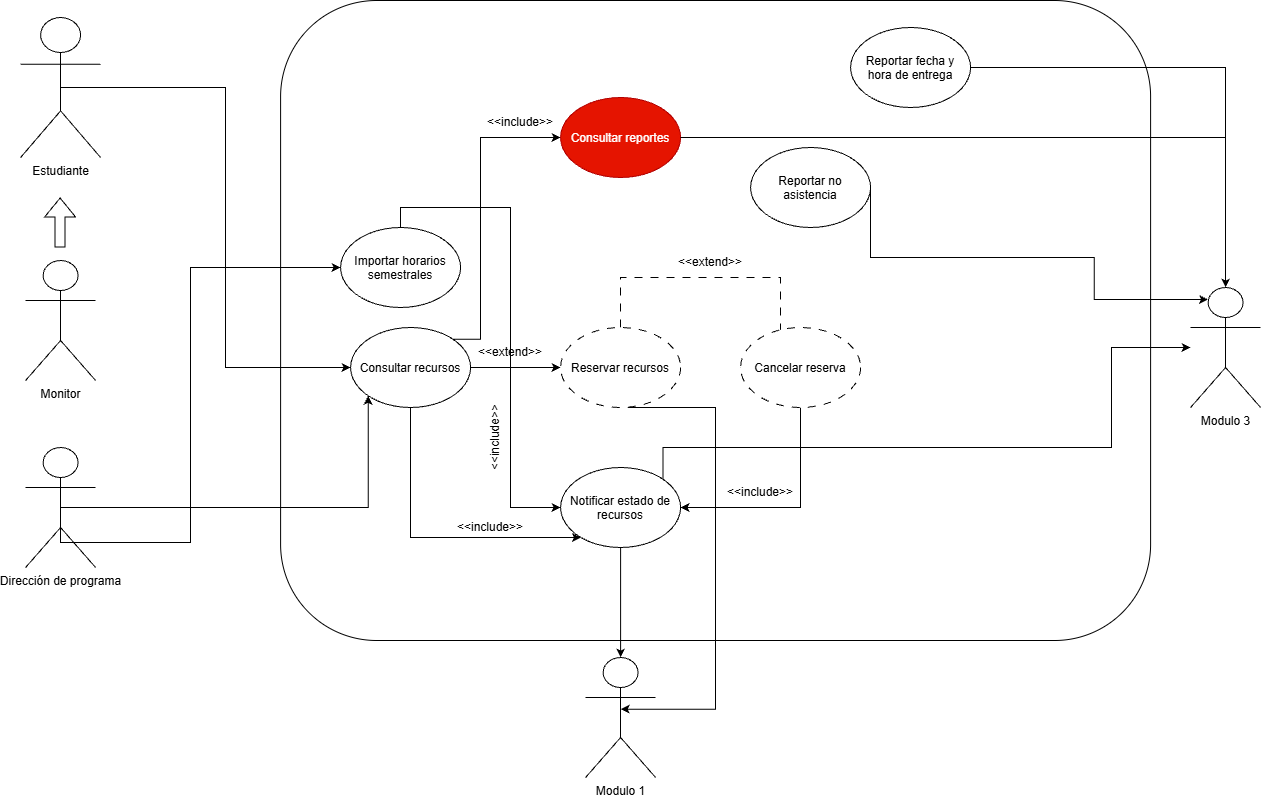
Earlier version of the draw.io export docs/unimag.png (codigotpx/ReservasUnimag). Source tidied: cells renumbered, new cells last; positions are measured from the earlier drawing's top-left corner, leaving out a move shared by most shapes. Source of this version:
```xml
<mxGraphModel>
  <root>
    <mxCell id="0" />
    <mxCell id="1" parent="0" />
    <mxCell id="2" style="rounded=1;whiteSpace=wrap;html=1;" parent="1" vertex="1">
      <mxGeometry x="260" width="870" height="640" as="geometry" />
    </mxCell>
    <mxCell id="3" style="edgeStyle=orthogonalEdgeStyle;rounded=0;jettySize=auto;html=1;exitX=0.5;exitY=0.5;exitDx=0;exitDy=0;exitPerimeter=0;entryX=0;entryY=0.5;entryDx=0;entryDy=0;" parent="1" edge="1" source="4" target="10">
      <mxGeometry relative="1" as="geometry" />
    </mxCell>
    <mxCell id="4" value="Estudiante" style="shape=umlActor;verticalLabelPosition=bottom;verticalAlign=top;html=1;outlineConnect=0;" parent="1" vertex="1">
      <mxGeometry y="17" width="80" height="140" as="geometry" />
    </mxCell>
    <mxCell id="5" style="edgeStyle=orthogonalEdgeStyle;rounded=0;jettySize=auto;html=1;exitX=0.5;exitY=0;exitDx=0;exitDy=0;entryX=0;entryY=0.5;entryDx=0;entryDy=0;" parent="1" edge="1" source="6" target="23">
      <mxGeometry relative="1" as="geometry" />
    </mxCell>
    <mxCell id="6" value="Importar horarios semestrales&lt;div&gt;&lt;br&gt;&lt;/div&gt;" style="ellipse;whiteSpace=wrap;html=1;shapeInside=1;" parent="1" vertex="1">
      <mxGeometry x="320" y="227" width="120" height="80" as="geometry" />
    </mxCell>
    <mxCell id="7" style="edgeStyle=orthogonalEdgeStyle;rounded=0;jettySize=auto;html=1;exitX=1;exitY=0.5;exitDx=0;exitDy=0;entryX=0;entryY=0.5;entryDx=0;entryDy=0;" parent="1" edge="1" source="10">
      <mxGeometry relative="1" as="geometry">
        <mxPoint x="540" y="367" as="targetPoint" />
      </mxGeometry>
    </mxCell>
    <mxCell id="8" style="edgeStyle=orthogonalEdgeStyle;rounded=0;jettySize=auto;html=1;exitX=1;exitY=0;exitDx=0;exitDy=0;entryX=0;entryY=0.5;entryDx=0;entryDy=0;" parent="1" edge="1" source="10" target="29">
      <mxGeometry relative="1" as="geometry">
        <Array as="points">
          <mxPoint x="460" y="338.7" />
          <mxPoint x="460" y="137" />
        </Array>
      </mxGeometry>
    </mxCell>
    <mxCell id="9" style="edgeStyle=orthogonalEdgeStyle;rounded=0;jettySize=auto;html=1;exitX=0.5;exitY=1;exitDx=0;exitDy=0;" parent="1" edge="1" source="10" target="23">
      <mxGeometry relative="1" as="geometry">
        <Array as="points">
          <mxPoint x="390" y="537" />
        </Array>
      </mxGeometry>
    </mxCell>
    <mxCell id="10" value="Consultar recursos" style="ellipse;whiteSpace=wrap;html=1;shapeInside=1;" parent="1" vertex="1">
      <mxGeometry x="330" y="327" width="120" height="80" as="geometry" />
    </mxCell>
    <mxCell id="11" value="Monitor" style="shape=umlActor;verticalLabelPosition=bottom;verticalAlign=top;html=1;" parent="1" vertex="1">
      <mxGeometry x="5" y="260" width="70" height="120" as="geometry" />
    </mxCell>
    <mxCell id="12" style="edgeStyle=orthogonalEdgeStyle;rounded=0;jettySize=auto;html=1;exitX=0.5;exitY=0.5;exitDx=0;exitDy=0;exitPerimeter=0;entryX=0;entryY=0.5;entryDx=0;entryDy=0;" parent="1" edge="1" source="14" target="6">
      <mxGeometry relative="1" as="geometry">
        <Array as="points">
          <mxPoint x="40" y="542" />
          <mxPoint x="170" y="542" />
          <mxPoint x="170" y="267" />
        </Array>
      </mxGeometry>
    </mxCell>
    <mxCell id="13" style="edgeStyle=orthogonalEdgeStyle;rounded=0;jettySize=auto;html=1;exitX=0.5;exitY=0.5;exitDx=0;exitDy=0;exitPerimeter=0;entryX=0;entryY=1;entryDx=0;entryDy=0;" parent="1" edge="1" source="14" target="10">
      <mxGeometry relative="1" as="geometry" />
    </mxCell>
    <mxCell id="14" value="Dirección de programa" style="shape=umlActor;verticalLabelPosition=bottom;verticalAlign=top;html=1;outlineConnect=0;" parent="1" vertex="1">
      <mxGeometry x="5" y="447" width="70" height="120" as="geometry" />
    </mxCell>
    <mxCell id="15" style="shape=flexArrow;endArrow=classic;html=1;rounded=0;" parent="1" edge="1">
      <mxGeometry relative="1" as="geometry">
        <mxPoint x="39.5" y="247" as="sourcePoint" />
        <mxPoint x="39.5" y="197" as="targetPoint" />
      </mxGeometry>
    </mxCell>
    <mxCell id="16" style="edgeStyle=orthogonalEdgeStyle;rounded=0;jettySize=auto;html=1;exitX=0.5;exitY=0;exitDx=0;exitDy=0;entryX=0;entryY=0.5;entryDx=0;entryDy=0;dashed=1;endArrow=classic;endFill=1;dashPattern=8 8;" parent="1" edge="1" target="19">
      <mxGeometry relative="1" as="geometry">
        <mxPoint x="600" y="327" as="sourcePoint" />
        <Array as="points">
          <mxPoint x="600" y="277" />
          <mxPoint x="760" y="277" />
          <mxPoint x="760" y="367" />
        </Array>
      </mxGeometry>
    </mxCell>
    <mxCell id="17" value="&amp;lt;&amp;lt;extend&amp;gt;&amp;gt;" style="text;html=1;whiteSpace=wrap;strokeColor=none;fillColor=none;align=center;verticalAlign=middle;rounded=0;" parent="1" vertex="1">
      <mxGeometry x="460" y="337" width="60" height="30" as="geometry" />
    </mxCell>
    <mxCell id="18" style="edgeStyle=orthogonalEdgeStyle;rounded=0;jettySize=auto;html=1;exitX=0.5;exitY=1;exitDx=0;exitDy=0;entryX=1;entryY=0.5;entryDx=0;entryDy=0;" parent="1" edge="1" source="19" target="23">
      <mxGeometry relative="1" as="geometry" />
    </mxCell>
    <mxCell id="19" value="Cancelar reserva" style="ellipse;whiteSpace=wrap;html=1;shapeInside=1;dashed=1;dashPattern=8 8;" parent="1" vertex="1">
      <mxGeometry x="720" y="327" width="120" height="80" as="geometry" />
    </mxCell>
    <mxCell id="20" value="&amp;lt;&amp;lt;extend&amp;gt;&amp;gt;" style="text;html=1;whiteSpace=wrap;strokeColor=none;fillColor=none;align=center;verticalAlign=middle;rounded=0;" parent="1" vertex="1">
      <mxGeometry x="660" y="247" width="60" height="30" as="geometry" />
    </mxCell>
    <mxCell id="21" style="edgeStyle=orthogonalEdgeStyle;rounded=0;jettySize=auto;html=1;" parent="1" edge="1" source="23" target="24">
      <mxGeometry relative="1" as="geometry" />
    </mxCell>
    <mxCell id="22" style="edgeStyle=orthogonalEdgeStyle;rounded=0;jettySize=auto;html=1;exitX=1;exitY=0;exitDx=0;exitDy=0;" parent="1" edge="1" source="23" target="28">
      <mxGeometry relative="1" as="geometry">
        <Array as="points">
          <mxPoint x="642.4" y="447" />
          <mxPoint x="1091" y="447" />
        </Array>
      </mxGeometry>
    </mxCell>
    <mxCell id="23" value="&lt;span style=&quot;color: light-dark(rgb(0, 0, 0), rgb(0, 0, 0));&quot;&gt;Notificar estado de recursos&lt;/span&gt;" style="ellipse;whiteSpace=wrap;html=1;shapeInside=1;fillColor=light-dark(#FFFFFF,#FF9281);" parent="1" vertex="1">
      <mxGeometry x="540" y="467" width="120" height="80" as="geometry" />
    </mxCell>
    <mxCell id="24" value="Modulo 1" style="shape=umlActor;verticalLabelPosition=bottom;verticalAlign=top;html=1;outlineConnect=0;" parent="1" vertex="1">
      <mxGeometry x="565" y="657" width="70" height="120" as="geometry" />
    </mxCell>
    <mxCell id="25" value="&amp;lt;&amp;lt;include&amp;gt;&amp;gt;" style="text;html=1;whiteSpace=wrap;strokeColor=none;fillColor=none;align=center;verticalAlign=middle;rounded=0;" parent="1" vertex="1">
      <mxGeometry x="710" y="477" width="60" height="30" as="geometry" />
    </mxCell>
    <mxCell id="26" value="&amp;lt;&amp;lt;include&amp;gt;&amp;gt;" style="text;html=1;whiteSpace=wrap;strokeColor=none;fillColor=none;align=center;verticalAlign=middle;rounded=0;rotation=-90;" parent="1" vertex="1">
      <mxGeometry x="445" y="422" width="60" height="30" as="geometry" />
    </mxCell>
    <mxCell id="27" style="edgeStyle=orthogonalEdgeStyle;rounded=0;orthogonalLoop=1;jettySize=auto;html=1;exitX=1;exitY=1;exitDx=0;exitDy=0;entryX=1;entryY=0.3333333333333333;entryDx=0;entryDy=0;entryPerimeter=0;" parent="1" edge="1">
      <mxGeometry relative="1" as="geometry">
        <mxPoint x="607.4" y="407" as="sourcePoint" />
        <mxPoint x="600" y="708.7" as="targetPoint" />
        <Array as="points">
          <mxPoint x="695" y="407" />
          <mxPoint x="695" y="708.7" />
        </Array>
      </mxGeometry>
    </mxCell>
    <mxCell id="28" value="Modulo 3&lt;div&gt;&lt;br&gt;&lt;/div&gt;" style="shape=umlActor;verticalLabelPosition=bottom;verticalAlign=top;html=1;outlineConnect=0;" parent="1" vertex="1">
      <mxGeometry x="1170" y="287" width="70" height="120" as="geometry" />
    </mxCell>
    <mxCell id="29" value="Consultar reportes" style="ellipse;whiteSpace=wrap;html=1;shapeInside=1;fillColor=#e51400;fontColor=#ffffff;strokeColor=#B20000;" parent="1" vertex="1">
      <mxGeometry x="540" y="97" width="120" height="80" as="geometry" />
    </mxCell>
    <mxCell id="30" value="&amp;lt;&amp;lt;include&amp;gt;&amp;gt;" style="text;html=1;whiteSpace=wrap;strokeColor=none;fillColor=none;align=center;verticalAlign=middle;rounded=0;" parent="1" vertex="1">
      <mxGeometry x="470" y="107" width="60" height="30" as="geometry" />
    </mxCell>
    <mxCell id="31" style="edgeStyle=orthogonalEdgeStyle;rounded=0;jettySize=auto;html=1;exitX=1;exitY=0.5;exitDx=0;exitDy=0;entryX=0.5;entryY=0;entryDx=0;entryDy=0;entryPerimeter=0;" parent="1" edge="1" source="29" target="28">
      <mxGeometry relative="1" as="geometry" />
    </mxCell>
    <mxCell id="32" value="&amp;lt;&amp;lt;include&amp;gt;&amp;gt;" style="text;html=1;whiteSpace=wrap;strokeColor=none;fillColor=none;align=center;verticalAlign=middle;rounded=0;" parent="1" vertex="1">
      <mxGeometry x="440" y="512" width="60" height="30" as="geometry" />
    </mxCell>
    <mxCell id="33" value="Reservar recursos" style="ellipse;whiteSpace=wrap;html=1;shapeInside=1;dashed=1;dashPattern=8 8;" parent="1" vertex="1">
      <mxGeometry x="540" y="327" width="120" height="80" as="geometry" />
    </mxCell>
    <mxCell id="34" value="Reportar no asistencia" style="ellipse;whiteSpace=wrap;html=1;shapeInside=1;" parent="1" vertex="1">
      <mxGeometry x="730" y="147" width="120" height="80" as="geometry" />
    </mxCell>
    <mxCell id="35" style="edgeStyle=orthogonalEdgeStyle;rounded=0;jettySize=auto;html=1;exitX=1;exitY=0.5;exitDx=0;exitDy=0;entryX=0.25;entryY=0.1;entryDx=0;entryDy=0;entryPerimeter=0;" parent="1" edge="1" source="34" target="28">
      <mxGeometry relative="1" as="geometry">
        <Array as="points">
          <mxPoint x="850" y="257" />
          <mxPoint x="1073.5" y="257" />
        </Array>
      </mxGeometry>
    </mxCell>
    <mxCell id="36" value="Reportar fecha y hora de entrega" style="ellipse;whiteSpace=wrap;html=1;shapeInside=1;" parent="1" vertex="1">
      <mxGeometry x="830" y="27" width="120" height="80" as="geometry" />
    </mxCell>
    <mxCell id="37" style="edgeStyle=orthogonalEdgeStyle;rounded=0;jettySize=auto;html=1;exitX=1;exitY=0.5;exitDx=0;exitDy=0;" parent="1" edge="1" source="36" target="28">
      <mxGeometry relative="1" as="geometry" />
    </mxCell>
  </root>
</mxGraphModel>
```
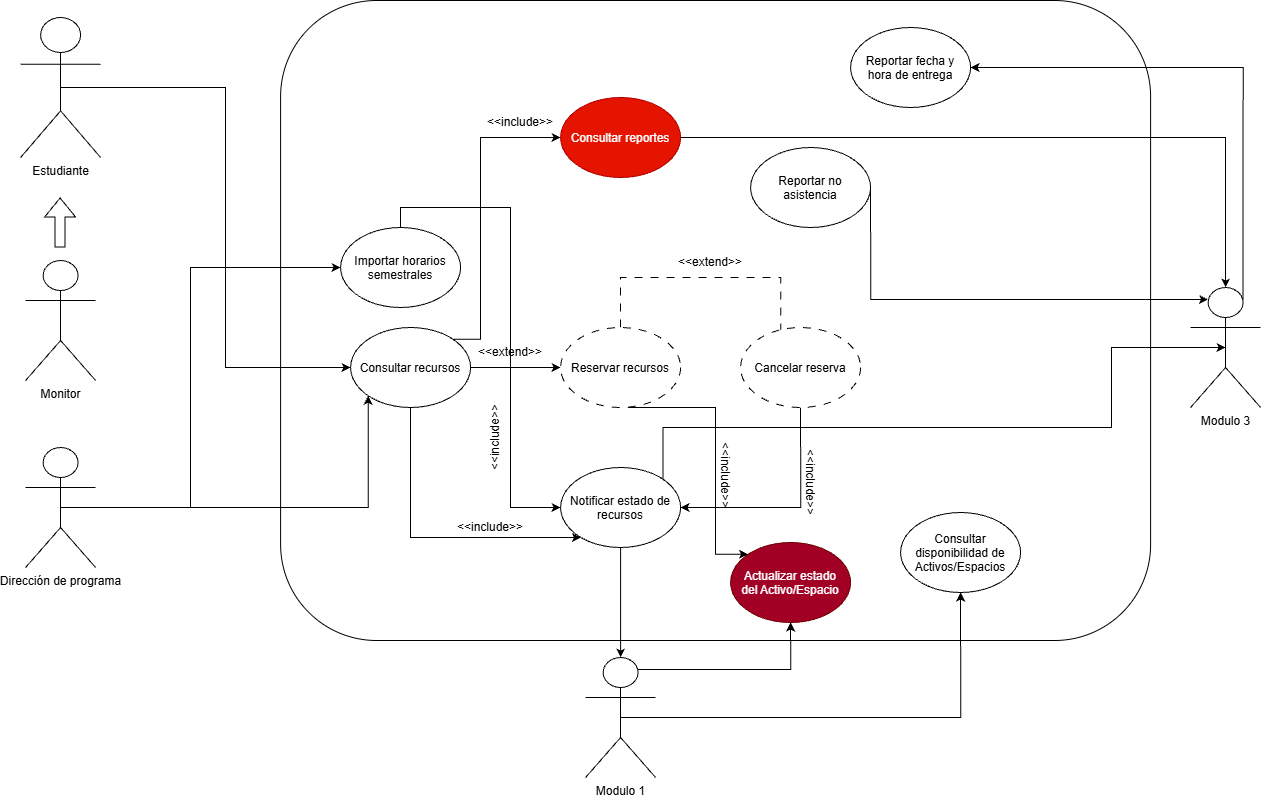
The same diagram one commit later.

Commit message:
Update Use Case diagram

The edit, as a diff of the source:
```diff
@@ -46,9 +46,8 @@
     <mxCell id="12" style="edgeStyle=orthogonalEdgeStyle;rounded=0;jettySize=auto;html=1;exitX=0.5;exitY=0.5;exitDx=0;exitDy=0;exitPerimeter=0;entryX=0;entryY=0.5;entryDx=0;entryDy=0;" parent="1" edge="1" source="14" target="6">
       <mxGeometry relative="1" as="geometry">
         <Array as="points">
-          <mxPoint x="40" y="542" />
-          <mxPoint x="170" y="542" />
-          <mxPoint x="170" y="267" />
+          <mxPoint x="169.9" y="507" />
+          <mxPoint x="169.9" y="267" />
         </Array>
       </mxGeometry>
     </mxCell>
@@ -89,36 +88,49 @@
     <mxCell id="21" style="edgeStyle=orthogonalEdgeStyle;rounded=0;jettySize=auto;html=1;" parent="1" edge="1" source="23" target="24">
       <mxGeometry relative="1" as="geometry" />
     </mxCell>
-    <mxCell id="22" style="edgeStyle=orthogonalEdgeStyle;rounded=0;jettySize=auto;html=1;exitX=1;exitY=0;exitDx=0;exitDy=0;" parent="1" edge="1" source="23" target="28">
+    <mxCell id="22" style="edgeStyle=orthogonalEdgeStyle;rounded=0;jettySize=auto;html=1;exitX=1;exitY=0;exitDx=0;exitDy=0;entryX=0.5;entryY=0.5;entryDx=0;entryDy=0;entryPerimeter=0;" parent="1" edge="1" source="23" target="28">
       <mxGeometry relative="1" as="geometry">
         <Array as="points">
-          <mxPoint x="642.4" y="447" />
-          <mxPoint x="1091" y="447" />
+          <mxPoint x="642.4" y="427" />
+          <mxPoint x="1091" y="427" />
+          <mxPoint x="1091" y="347" />
         </Array>
       </mxGeometry>
     </mxCell>
     <mxCell id="23" value="&lt;span style=&quot;color: light-dark(rgb(0, 0, 0), rgb(0, 0, 0));&quot;&gt;Notificar estado de recursos&lt;/span&gt;" style="ellipse;whiteSpace=wrap;html=1;shapeInside=1;fillColor=light-dark(#FFFFFF,#FF9281);" parent="1" vertex="1">
       <mxGeometry x="540" y="467" width="120" height="80" as="geometry" />
     </mxCell>
+    <mxCell id="38" style="edgeStyle=orthogonalEdgeStyle;rounded=0;jettySize=auto;html=1;exitX=0.75;exitY=0.1;exitDx=0;exitDy=0;exitPerimeter=0;entryX=0.5;entryY=1;entryDx=0;entryDy=0;" parent="1" edge="1" source="24" target="42">
+      <mxGeometry relative="1" as="geometry" />
+    </mxCell>
+    <mxCell id="39" style="edgeStyle=orthogonalEdgeStyle;rounded=0;jettySize=auto;html=1;exitX=0.5;exitY=0.5;exitDx=0;exitDy=0;exitPerimeter=0;entryX=0.5;entryY=1;entryDx=0;entryDy=0;" parent="1" edge="1" source="24" target="41">
+      <mxGeometry relative="1" as="geometry" />
+    </mxCell>
     <mxCell id="24" value="Modulo 1" style="shape=umlActor;verticalLabelPosition=bottom;verticalAlign=top;html=1;outlineConnect=0;" parent="1" vertex="1">
       <mxGeometry x="565" y="657" width="70" height="120" as="geometry" />
     </mxCell>
-    <mxCell id="25" value="&amp;lt;&amp;lt;include&amp;gt;&amp;gt;" style="text;html=1;whiteSpace=wrap;strokeColor=none;fillColor=none;align=center;verticalAlign=middle;rounded=0;" parent="1" vertex="1">
-      <mxGeometry x="710" y="477" width="60" height="30" as="geometry" />
+    <mxCell id="25" value="&amp;lt;&amp;lt;include&amp;gt;&amp;gt;" style="text;html=1;whiteSpace=wrap;strokeColor=none;fillColor=none;align=center;verticalAlign=middle;rounded=0;rotation=90;" parent="1" vertex="1">
+      <mxGeometry x="760" y="467" width="60" height="30" as="geometry" />
     </mxCell>
     <mxCell id="26" value="&amp;lt;&amp;lt;include&amp;gt;&amp;gt;" style="text;html=1;whiteSpace=wrap;strokeColor=none;fillColor=none;align=center;verticalAlign=middle;rounded=0;rotation=-90;" parent="1" vertex="1">
       <mxGeometry x="445" y="422" width="60" height="30" as="geometry" />
     </mxCell>
-    <mxCell id="27" style="edgeStyle=orthogonalEdgeStyle;rounded=0;orthogonalLoop=1;jettySize=auto;html=1;exitX=1;exitY=1;exitDx=0;exitDy=0;entryX=1;entryY=0.3333333333333333;entryDx=0;entryDy=0;entryPerimeter=0;" parent="1" edge="1">
+    <mxCell id="27" style="edgeStyle=orthogonalEdgeStyle;rounded=0;jettySize=auto;html=1;exitX=1;exitY=1;exitDx=0;exitDy=0;entryX=0;entryY=0;entryDx=0;entryDy=0;" parent="1" edge="1" target="42">
       <mxGeometry relative="1" as="geometry">
         <mxPoint x="607.4" y="407" as="sourcePoint" />
-        <mxPoint x="600" y="708.7" as="targetPoint" />
         <Array as="points">
           <mxPoint x="695" y="407" />
-          <mxPoint x="695" y="708.7" />
+          <mxPoint x="695" y="553.7" />
         </Array>
       </mxGeometry>
     </mxCell>
+    <mxCell id="40" style="edgeStyle=orthogonalEdgeStyle;rounded=0;jettySize=auto;html=1;exitX=0.75;exitY=0.1;exitDx=0;exitDy=0;exitPerimeter=0;entryX=1;entryY=0.5;entryDx=0;entryDy=0;" parent="1" edge="1" source="28" target="36">
+      <mxGeometry relative="1" as="geometry">
+        <Array as="points">
+          <mxPoint x="1222.5" y="67" />
+        </Array>
+      </mxGeometry>
+    </mxCell>
     <mxCell id="28" value="Modulo 3&lt;div&gt;&lt;br&gt;&lt;/div&gt;" style="shape=umlActor;verticalLabelPosition=bottom;verticalAlign=top;html=1;outlineConnect=0;" parent="1" vertex="1">
       <mxGeometry x="1170" y="287" width="70" height="120" as="geometry" />
     </mxCell>
@@ -143,16 +155,21 @@
     <mxCell id="35" style="edgeStyle=orthogonalEdgeStyle;rounded=0;jettySize=auto;html=1;exitX=1;exitY=0.5;exitDx=0;exitDy=0;entryX=0.25;entryY=0.1;entryDx=0;entryDy=0;entryPerimeter=0;" parent="1" edge="1" source="34" target="28">
       <mxGeometry relative="1" as="geometry">
         <Array as="points">
-          <mxPoint x="850" y="257" />
-          <mxPoint x="1073.5" y="257" />
+          <mxPoint x="850.1" y="299" />
         </Array>
       </mxGeometry>
     </mxCell>
     <mxCell id="36" value="Reportar fecha y hora de entrega" style="ellipse;whiteSpace=wrap;html=1;shapeInside=1;" parent="1" vertex="1">
       <mxGeometry x="830" y="27" width="120" height="80" as="geometry" />
     </mxCell>
-    <mxCell id="37" style="edgeStyle=orthogonalEdgeStyle;rounded=0;jettySize=auto;html=1;exitX=1;exitY=0.5;exitDx=0;exitDy=0;" parent="1" edge="1" source="36" target="28">
-      <mxGeometry relative="1" as="geometry" />
-    </mxCell>
+    <mxCell id="41" value="Consultar disponibilidad de Activos/Espacios" style="ellipse;whiteSpace=wrap;html=1;shapeInside=1;" parent="1" vertex="1">
+      <mxGeometry x="880" y="512" width="120" height="80" as="geometry" />
+    </mxCell>
+    <mxCell id="42" value="Actualizar estado del Activo/Espacio" style="ellipse;whiteSpace=wrap;html=1;shapeInside=1;fillColor=light-dark(#A20025,#FF9281);fontColor=#ffffff;strokeColor=#6F0000;" parent="1" vertex="1">
+      <mxGeometry x="710" y="542" width="120" height="80" as="geometry" />
+    </mxCell>
+    <mxCell id="43" value="&amp;lt;&amp;lt;include&amp;gt;&amp;gt;" style="text;html=1;whiteSpace=wrap;strokeColor=none;fillColor=none;align=center;verticalAlign=middle;rounded=0;rotation=90;" parent="1" vertex="1">
+      <mxGeometry x="675" y="460" width="60" height="30" as="geometry" />
+    </mxCell>
   </root>
 </mxGraphModel>
```
